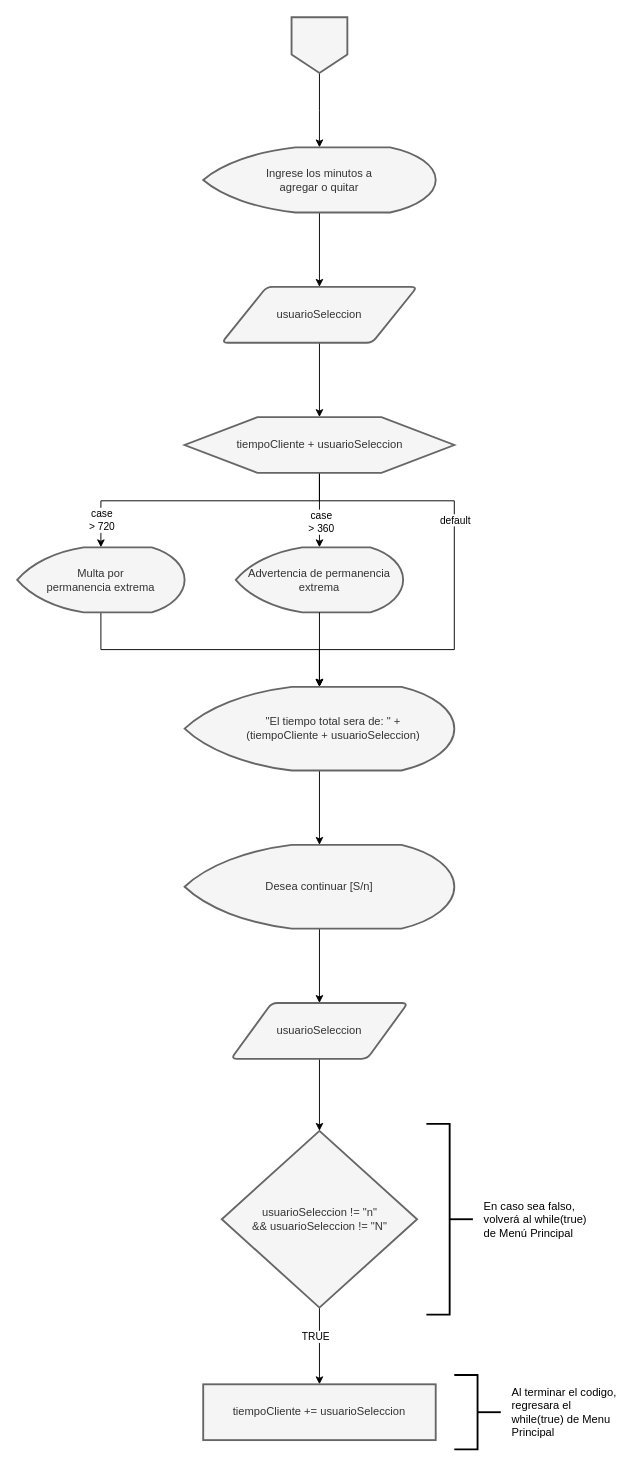
Above: page "Simular Tiempo" (5 of 6) of docs/GRAPHS.drawio in xrmerida/SmartPark (draw.io), before the change. Source tidied: cells renumbered, new cells numbered last; positions are measured from the earlier drawing's top-left corner, leaving out a move shared by most shapes. Both pictures are drawn from the tidied source at 93%, with x=0, y=0 at pixel (17, 17).
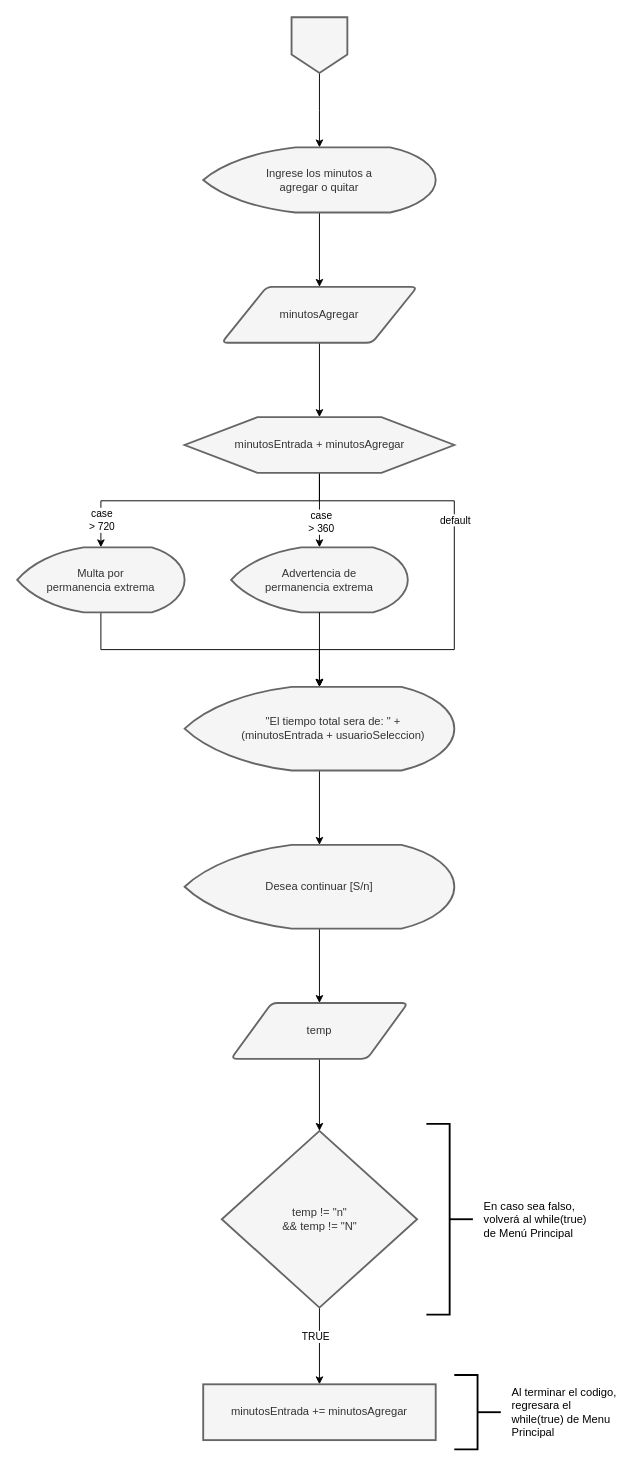
The same diagram, later.

The edit, as a diff of the source:
```diff
@@
-    <mxCell id="7" value="usuarioSeleccion" style="shape=parallelogram;html=1;strokeWidth=2;perimeter=parallelogramPerimeter;whiteSpace=wrap;rounded=1;arcSize=12;size=0.23;fillColor=#f5f5f5;fontColor=#333333;strokeColor=#666666;verticalAlign=middle;labelPosition=center;verticalLabelPosition=middle;align=center;" parent="1" vertex="1">
+    <mxCell id="7" value="minutosAgregar" style="shape=parallelogram;html=1;strokeWidth=2;perimeter=parallelogramPerimeter;whiteSpace=wrap;rounded=1;arcSize=12;size=0.23;fillColor=#f5f5f5;fontColor=#333333;strokeColor=#666666;verticalAlign=middle;labelPosition=center;verticalLabelPosition=middle;align=center;" parent="1" vertex="1">
       <mxGeometry x="220" y="290" width="210" height="60" as="geometry" />
     </mxCell>
@@
-    <mxCell id="13" value="tiempoCliente + usuarioSeleccion" style="verticalLabelPosition=middle;verticalAlign=middle;html=1;shape=hexagon;perimeter=hexagonPerimeter2;arcSize=6;size=0.27;fillColor=#f5f5f5;fontColor=#333333;strokeColor=#666666;strokeWidth=2;labelPosition=center;align=center;" parent="1" vertex="1">
+    <mxCell id="13" value="minutosEntrada + minutosAgregar" style="verticalLabelPosition=middle;verticalAlign=middle;html=1;shape=hexagon;perimeter=hexagonPerimeter2;arcSize=6;size=0.27;fillColor=#f5f5f5;fontColor=#333333;strokeColor=#666666;strokeWidth=2;labelPosition=center;align=center;" parent="1" vertex="1">
       <mxGeometry x="180" y="430" width="290" height="60" as="geometry" />
     </mxCell>
@@
-    <mxCell id="17" value="Advertencia de permanencia extrema" style="strokeWidth=2;html=1;shape=mxgraph.flowchart.display;whiteSpace=wrap;fillColor=#f5f5f5;fontColor=#333333;strokeColor=#666666;verticalAlign=middle;labelPosition=center;verticalLabelPosition=middle;align=center;" parent="1" vertex="1">
-      <mxGeometry x="235" y="570" width="180" height="70" as="geometry" />
+    <mxCell id="17" value="&lt;div&gt;Advertencia de&lt;/div&gt;&lt;div&gt;permanencia extrema&lt;/div&gt;" style="strokeWidth=2;html=1;shape=mxgraph.flowchart.display;whiteSpace=wrap;fillColor=#f5f5f5;fontColor=#333333;strokeColor=#666666;verticalAlign=middle;labelPosition=center;verticalLabelPosition=middle;align=center;" parent="1" vertex="1">
+      <mxGeometry x="230" y="570" width="190" height="70" as="geometry" />
     </mxCell>
@@
-    <mxCell id="19" value="&lt;div&gt;&amp;nbsp; &amp;nbsp; &amp;nbsp; &amp;nbsp; &amp;nbsp; &quot;El tiempo total sera de: &quot; +&amp;nbsp;&lt;/div&gt;&lt;div&gt;&amp;nbsp; &amp;nbsp; &amp;nbsp; &amp;nbsp; &amp;nbsp;(tiempoCliente + usuarioSeleccion)&lt;/div&gt;" style="strokeWidth=2;html=1;shape=mxgraph.flowchart.display;whiteSpace=wrap;fillColor=#f5f5f5;fontColor=#333333;strokeColor=#666666;verticalAlign=middle;labelPosition=center;verticalLabelPosition=middle;align=center;" parent="1" vertex="1">
+    <mxCell id="19" value="&lt;div&gt;&amp;nbsp; &amp;nbsp; &amp;nbsp; &amp;nbsp; &amp;nbsp; &quot;El tiempo total sera de: &quot; +&amp;nbsp;&lt;/div&gt;&lt;div&gt;&amp;nbsp; &amp;nbsp; &amp;nbsp; &amp;nbsp; &amp;nbsp;(minutosEntrada + usuarioSeleccion)&lt;/div&gt;" style="strokeWidth=2;html=1;shape=mxgraph.flowchart.display;whiteSpace=wrap;fillColor=#f5f5f5;fontColor=#333333;strokeColor=#666666;verticalAlign=middle;labelPosition=center;verticalLabelPosition=middle;align=center;" parent="1" vertex="1">
       <mxGeometry x="180" y="720" width="290" height="90" as="geometry" />
     </mxCell>
@@
-    <mxCell id="24" value="usuarioSeleccion" style="shape=parallelogram;html=1;strokeWidth=2;perimeter=parallelogramPerimeter;whiteSpace=wrap;rounded=1;arcSize=12;size=0.23;fillColor=#f5f5f5;fontColor=#333333;strokeColor=#666666;verticalAlign=middle;align=center;labelPosition=center;verticalLabelPosition=middle;" parent="1" vertex="1">
+    <mxCell id="24" value="temp" style="shape=parallelogram;html=1;strokeWidth=2;perimeter=parallelogramPerimeter;whiteSpace=wrap;rounded=1;arcSize=12;size=0.23;fillColor=#f5f5f5;fontColor=#333333;strokeColor=#666666;verticalAlign=middle;align=center;labelPosition=center;verticalLabelPosition=middle;" parent="1" vertex="1">
       <mxGeometry x="230" y="1060" width="190" height="60" as="geometry" />
     </mxCell>
@@
-    <mxCell id="27" value="&lt;div&gt;usuarioSeleccion != &quot;n&quot;&lt;/div&gt;&lt;div&gt;&amp;amp;&amp;amp; usuarioSeleccion != &quot;N&quot;&lt;/div&gt;" style="strokeWidth=2;html=1;shape=mxgraph.flowchart.decision;fillColor=#f5f5f5;fontColor=#333333;strokeColor=#666666;verticalAlign=middle;align=center;labelPosition=center;verticalLabelPosition=middle;shadow=0;" parent="1" vertex="1">
+    <mxCell id="27" value="&lt;div&gt;temp != &quot;n&quot;&lt;/div&gt;&lt;div&gt;&amp;amp;&amp;amp; temp != &quot;N&quot;&lt;/div&gt;" style="strokeWidth=2;html=1;shape=mxgraph.flowchart.decision;fillColor=#f5f5f5;fontColor=#333333;strokeColor=#666666;verticalAlign=middle;align=center;labelPosition=center;verticalLabelPosition=middle;shadow=0;" parent="1" vertex="1">
       <mxGeometry x="220" y="1197.5" width="210" height="190" as="geometry" />
     </mxCell>
@@
-    <mxCell id="30" value="tiempoCliente += usuarioSeleccion" style="rounded=0;whiteSpace=wrap;html=1;fillColor=#f5f5f5;fontColor=#333333;strokeColor=#666666;strokeWidth=2;verticalAlign=middle;labelPosition=center;verticalLabelPosition=middle;align=center;" parent="1" vertex="1">
+    <mxCell id="30" value="minutosEntrada += minutosAgregar" style="rounded=0;whiteSpace=wrap;html=1;fillColor=#f5f5f5;fontColor=#333333;strokeColor=#666666;strokeWidth=2;verticalAlign=middle;labelPosition=center;verticalLabelPosition=middle;align=center;" parent="1" vertex="1">
       <mxGeometry x="200" y="1470" width="250" height="60" as="geometry" />
     </mxCell>
```
